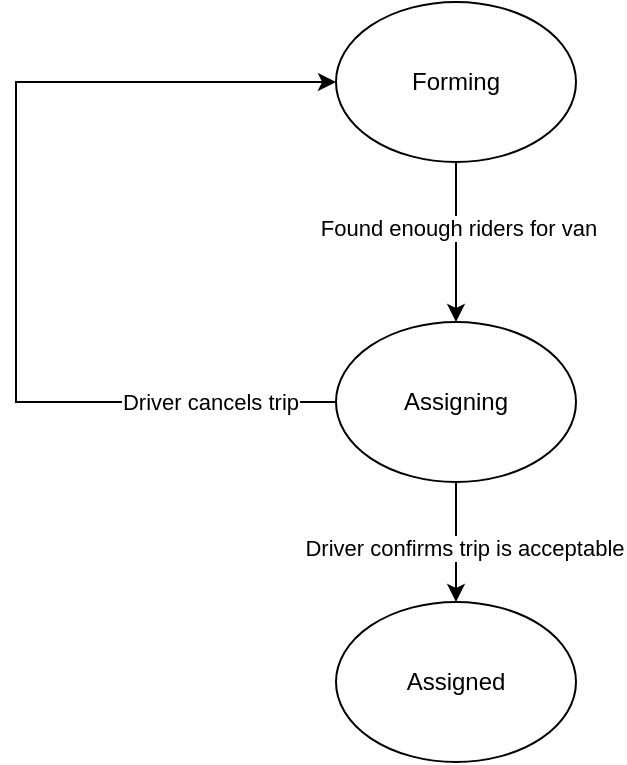
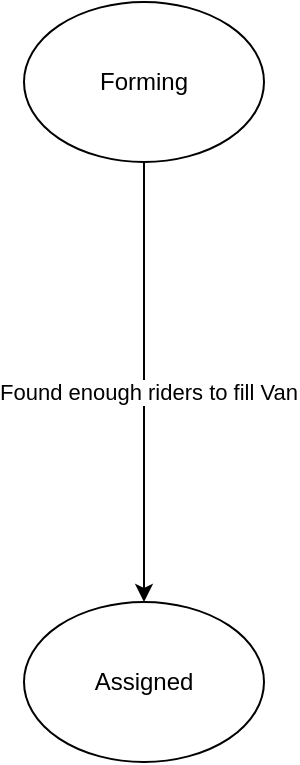
<mxfile host="app.diagrams.net">
  <diagram name="Page-1" id="uky30sMuRtbvl4v7oDvU">
    <mxGraphModel dx="897" dy="707" grid="1" gridSize="10" guides="1" tooltips="1" connect="1" arrows="1" fold="1" page="1" pageScale="1" pageWidth="850" pageHeight="1100" math="0" shadow="0">
      <root>
        <mxCell id="0" />
        <mxCell id="1" parent="0" />
-         <mxCell id="Gz_-l-qtndXPY_ptsec8-25" edge="1" parent="1" source="Gz_-l-qtndXPY_ptsec8-23" style="edgeStyle=orthogonalEdgeStyle;rounded=0;orthogonalLoop=1;jettySize=auto;html=1;" target="Gz_-l-qtndXPY_ptsec8-24">
+         <mxCell id="Gz_-l-qtndXPY_ptsec8-32" edge="1" parent="1" source="Gz_-l-qtndXPY_ptsec8-23" style="edgeStyle=orthogonalEdgeStyle;rounded=0;orthogonalLoop=1;jettySize=auto;html=1;entryX=0.5;entryY=0;entryDx=0;entryDy=0;" target="Gz_-l-qtndXPY_ptsec8-27">
          <mxGeometry relative="1" as="geometry" />
        </mxCell>
-         <mxCell id="Gz_-l-qtndXPY_ptsec8-26" connectable="0" parent="Gz_-l-qtndXPY_ptsec8-25" style="edgeLabel;html=1;align=center;verticalAlign=middle;resizable=0;points=[];" value="Found enough riders for van" vertex="1">
-           <mxGeometry relative="1" x="-0.175" y="1" as="geometry">
+         <mxCell id="Gz_-l-qtndXPY_ptsec8-33" connectable="0" parent="Gz_-l-qtndXPY_ptsec8-32" style="edgeLabel;html=1;align=center;verticalAlign=middle;resizable=0;points=[];" value="Found enough riders to fill Van" vertex="1">
+           <mxGeometry relative="1" x="0.0455" y="2" as="geometry">
            <mxPoint as="offset" />
          </mxGeometry>
        </mxCell>
        <mxCell id="Gz_-l-qtndXPY_ptsec8-23" parent="1" style="ellipse;whiteSpace=wrap;html=1;" value="Forming" vertex="1">
          <mxGeometry height="80" width="120" x="390" y="170" as="geometry" />
-         </mxCell>
-         <mxCell id="Gz_-l-qtndXPY_ptsec8-28" edge="1" parent="1" source="Gz_-l-qtndXPY_ptsec8-24" style="edgeStyle=orthogonalEdgeStyle;rounded=0;orthogonalLoop=1;jettySize=auto;html=1;entryX=0.5;entryY=0;entryDx=0;entryDy=0;" target="Gz_-l-qtndXPY_ptsec8-27">
-           <mxGeometry relative="1" as="geometry" />
-         </mxCell>
-         <mxCell id="Gz_-l-qtndXPY_ptsec8-29" connectable="0" parent="Gz_-l-qtndXPY_ptsec8-28" style="edgeLabel;html=1;align=center;verticalAlign=middle;resizable=0;points=[];" value="Driver confirms trip is acceptable" vertex="1">
-           <mxGeometry relative="1" x="0.1" y="4" as="geometry">
-             <mxPoint as="offset" />
-           </mxGeometry>
-         </mxCell>
-         <mxCell id="Gz_-l-qtndXPY_ptsec8-30" edge="1" parent="1" source="Gz_-l-qtndXPY_ptsec8-24" style="edgeStyle=orthogonalEdgeStyle;rounded=0;orthogonalLoop=1;jettySize=auto;html=1;exitX=0;exitY=0.5;exitDx=0;exitDy=0;entryX=0;entryY=0.5;entryDx=0;entryDy=0;" target="Gz_-l-qtndXPY_ptsec8-23">
-           <mxGeometry relative="1" as="geometry">
-             <Array as="points">
-               <mxPoint x="230" y="370" />
-               <mxPoint x="230" y="210" />
-             </Array>
-           </mxGeometry>
-         </mxCell>
-         <mxCell id="Gz_-l-qtndXPY_ptsec8-31" connectable="0" parent="Gz_-l-qtndXPY_ptsec8-30" style="edgeLabel;html=1;align=center;verticalAlign=middle;resizable=0;points=[];" value="Driver cancels trip" vertex="1">
-           <mxGeometry relative="1" x="-0.7375" as="geometry">
-             <mxPoint as="offset" />
-           </mxGeometry>
-         </mxCell>
-         <mxCell id="Gz_-l-qtndXPY_ptsec8-24" parent="1" style="ellipse;whiteSpace=wrap;html=1;" value="Assigning" vertex="1">
-           <mxGeometry height="80" width="120" x="390" y="330" as="geometry" />
        </mxCell>
        <mxCell id="Gz_-l-qtndXPY_ptsec8-27" parent="1" style="ellipse;whiteSpace=wrap;html=1;" value="Assigned" vertex="1">
          <mxGeometry height="80" width="120" x="390" y="470" as="geometry" />
        </mxCell>
      </root>
    </mxGraphModel>
  </diagram>
</mxfile>
